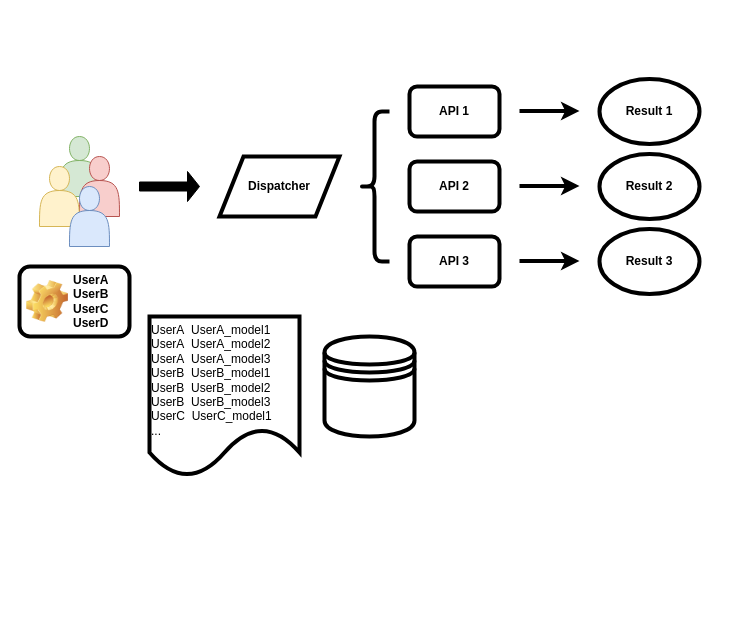
Above: my_abtest_workflow.drawio in udothemath/my_drawio (draw.io), before the change. Source tidied: cells renumbered, new cells numbered last; positions are measured from the earlier drawing's top-left corner, leaving out a move shared by most shapes. Both pictures are drawn from the tidied source at 100%, with x=0, y=0 at pixel (19, 78).
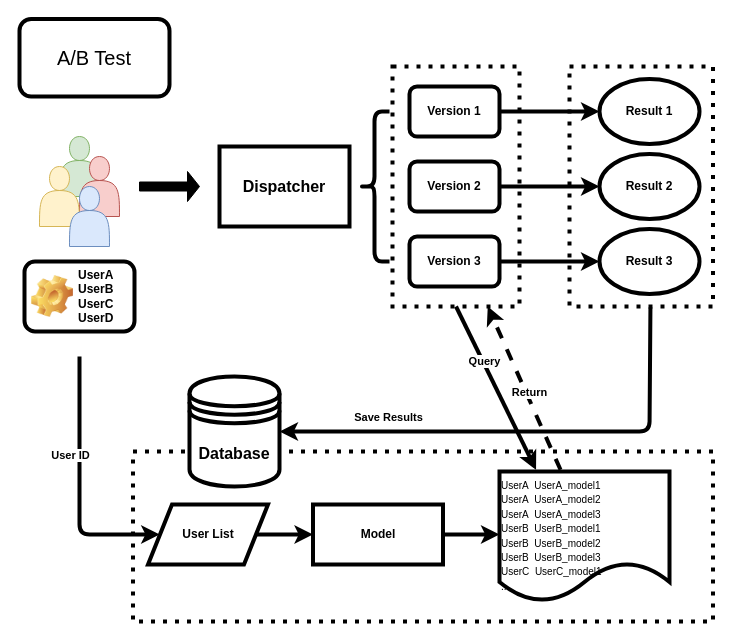
The same page after the edit.

The change refers to these unchanged cells:
```xml
<mxCell id="14" value="&lt;b&gt;Result 1&lt;/b&gt;" style="ellipse;whiteSpace=wrap;html=1;strokeWidth=4;fillColor=#FFFFFF;" parent="1" vertex="1">
  <mxGeometry x="580" y="0.5" width="100" height="65" as="geometry" />
</mxCell>
<mxCell id="16" value="&lt;b&gt;Result 2&lt;/b&gt;" style="ellipse;whiteSpace=wrap;html=1;strokeWidth=4;fillColor=#FFFFFF;" parent="1" vertex="1">
  <mxGeometry x="580" y="75.5" width="100" height="65" as="geometry" />
</mxCell>
<mxCell id="18" value="&lt;b&gt;Result 3&lt;/b&gt;" style="ellipse;whiteSpace=wrap;html=1;strokeWidth=4;fillColor=#FFFFFF;" parent="1" vertex="1">
  <mxGeometry x="580" y="150.5" width="100" height="65" as="geometry" />
</mxCell>
```

Change to the diagram source:
```diff
@@
+    <mxCell id="21" value="&lt;b&gt;User List&lt;/b&gt;" style="shape=parallelogram;perimeter=parallelogramPerimeter;whiteSpace=wrap;html=1;strokeWidth=4;fillColor=#FFFFFF;align=center;" parent="1" vertex="1">
+      <mxGeometry x="128.5" y="426" width="120" height="60" as="geometry" />
+    </mxCell>
+    <mxCell id="22" style="whiteSpace=wrap;html=1;strokeWidth=4;fillColor=none;align=center;dashed=1;dashPattern=1 2;" parent="1" vertex="1">
+      <mxGeometry x="113.5" y="373" width="580" height="170" as="geometry" />
+    </mxCell>
+    <mxCell id="23" style="whiteSpace=wrap;html=1;strokeWidth=4;fillColor=none;align=center;dashed=1;dashPattern=1 2;" parent="1" vertex="1">
+      <mxGeometry x="373" y="-12" width="127" height="240" as="geometry" />
+    </mxCell>
@@
-    <mxCell id="6" value="&lt;b&gt;Dispatcher&lt;/b&gt;" style="shape=parallelogram;perimeter=parallelogramPerimeter;whiteSpace=wrap;html=1;fillColor=#FFFFFF;strokeWidth=4;" parent="1" vertex="1">
-      <mxGeometry x="200" y="78" width="120" height="60" as="geometry" />
+    <mxCell id="6" value="&lt;b&gt;&lt;font style=&quot;font-size: 16px&quot;&gt;Dispatcher&lt;/font&gt;&lt;/b&gt;" style="rounded=0;whiteSpace=wrap;html=1;strokeWidth=4;fillColor=#FFFFFF;align=center;" parent="1" vertex="1">
+      <mxGeometry x="200" y="68" width="130" height="80" as="geometry" />
     </mxCell>
@@
-    <mxCell id="9" value="&lt;b&gt;API 1&lt;/b&gt;" style="rounded=1;whiteSpace=wrap;html=1;strokeWidth=4;fillColor=#FFFFFF;" parent="1" vertex="1">
+    <mxCell id="9" value="&lt;b&gt;Version 1&lt;/b&gt;" style="rounded=1;whiteSpace=wrap;html=1;strokeWidth=4;fillColor=#FFFFFF;" parent="1" vertex="1">
       <mxGeometry x="390" y="8" width="90" height="50" as="geometry" />
     </mxCell>
-    <mxCell id="10" value="&lt;b&gt;API 2&lt;/b&gt;" style="rounded=1;whiteSpace=wrap;html=1;strokeWidth=4;fillColor=#FFFFFF;" parent="1" vertex="1">
+    <mxCell id="10" value="&lt;b&gt;Version 2&lt;/b&gt;" style="rounded=1;whiteSpace=wrap;html=1;strokeWidth=4;fillColor=#FFFFFF;" parent="1" vertex="1">
       <mxGeometry x="390" y="83" width="90" height="50" as="geometry" />
     </mxCell>
-    <mxCell id="11" value="&lt;b&gt;API 3&lt;/b&gt;" style="rounded=1;whiteSpace=wrap;html=1;strokeWidth=4;fillColor=#FFFFFF;" parent="1" vertex="1">
+    <mxCell id="11" value="&lt;b&gt;Version 3&lt;/b&gt;" style="rounded=1;whiteSpace=wrap;html=1;strokeWidth=4;fillColor=#FFFFFF;" parent="1" vertex="1">
       <mxGeometry x="390" y="158" width="90" height="50" as="geometry" />
     </mxCell>
-    <mxCell id="12" style="endArrow=classic;html=1;rounded=0;strokeWidth=4;" parent="1" edge="1">
-      <mxGeometry relative="1" as="geometry">
-        <mxPoint x="500" y="32.5" as="sourcePoint" />
-        <mxPoint x="560" y="32.5" as="targetPoint" />
-      </mxGeometry>
+    <mxCell id="12" style="endArrow=classic;html=1;rounded=0;strokeWidth=4;exitX=1;exitY=0.5;exitDx=0;exitDy=0;entryX=0;entryY=0.5;entryDx=0;entryDy=0;" parent="1" edge="1" source="9" target="14">
+      <mxGeometry relative="1" as="geometry" />
     </mxCell>
     <mxCell id="13" value="UserA&lt;br&gt;UserB&lt;br&gt;UserC&lt;br&gt;UserD" style="label;whiteSpace=wrap;html=1;image=img/clipart/Gear_128x128.png;strokeWidth=4;fillColor=#FFFFFF;" parent="1" vertex="1">
-      <mxGeometry y="188" width="110" height="70" as="geometry" />
+      <mxGeometry x="5" y="183" width="110" height="70" as="geometry" />
     </mxCell>
@@
-    <mxCell id="15" style="endArrow=classic;html=1;rounded=0;strokeWidth=4;" parent="1" edge="1">
-      <mxGeometry relative="1" as="geometry">
-        <mxPoint x="500" y="107.5" as="sourcePoint" />
-        <mxPoint x="560" y="107.5" as="targetPoint" />
-      </mxGeometry>
+    <mxCell id="15" style="endArrow=classic;html=1;rounded=0;strokeWidth=4;exitX=1;exitY=0.5;exitDx=0;exitDy=0;entryX=0;entryY=0.5;entryDx=0;entryDy=0;" parent="1" edge="1" source="10" target="16">
+      <mxGeometry relative="1" as="geometry" />
     </mxCell>
@@
-    <mxCell id="17" style="endArrow=classic;html=1;rounded=0;strokeWidth=4;" parent="1" edge="1">
-      <mxGeometry relative="1" as="geometry">
-        <mxPoint x="500" y="182.5" as="sourcePoint" />
-        <mxPoint x="560" y="182.5" as="targetPoint" />
-      </mxGeometry>
+    <mxCell id="17" style="endArrow=classic;html=1;rounded=0;strokeWidth=4;exitX=1;exitY=0.5;exitDx=0;exitDy=0;entryX=0;entryY=0.5;entryDx=0;entryDy=0;" parent="1" edge="1" source="11" target="18">
+      <mxGeometry relative="1" as="geometry" />
     </mxCell>
@@
+    <mxCell id="24" style="edgeStyle=segmentEdgeStyle;endArrow=classic;html=1;strokeWidth=4;entryX=0.046;entryY=0.488;entryDx=0;entryDy=0;entryPerimeter=0;" parent="1" edge="1" target="22">
+      <mxGeometry relative="1" as="geometry">
+        <mxPoint x="60" y="278" as="sourcePoint" />
+        <Array as="points">
+          <mxPoint x="60" y="456" />
+        </Array>
+      </mxGeometry>
+    </mxCell>
+    <mxCell id="25" value="&lt;b&gt;User ID&lt;/b&gt;" style="edgeLabel;html=1;align=center;verticalAlign=middle;" parent="24" vertex="1">
+      <mxGeometry x="-0.38" y="23" relative="1" as="geometry">
+        <mxPoint x="-33" y="18" as="offset" />
+      </mxGeometry>
+    </mxCell>
+    <mxCell id="26" style="endArrow=classic;html=1;strokeWidth=4;entryX=0.215;entryY=-0.013;entryDx=0;entryDy=0;entryPerimeter=0;exitX=0.5;exitY=1;exitDx=0;exitDy=0;" parent="1" edge="1" source="23" target="20">
+      <mxGeometry relative="1" as="geometry" />
+    </mxCell>
+    <mxCell id="27" value="&lt;b&gt;Query&lt;/b&gt;" style="edgeLabel;html=1;align=center;verticalAlign=middle;" parent="26" vertex="1">
+      <mxGeometry x="-0.57" relative="1" as="geometry">
+        <mxPoint x="10.5" y="19.2" as="offset" />
+      </mxGeometry>
+    </mxCell>
+    <mxCell id="28" style="endArrow=classic;html=1;strokeWidth=4;dashed=1;exitX=0.359;exitY=-0.013;exitDx=0;exitDy=0;exitPerimeter=0;entryX=0.75;entryY=1;entryDx=0;entryDy=0;" parent="1" edge="1" source="20" target="23">
+      <mxGeometry relative="1" as="geometry" />
+    </mxCell>
+    <mxCell id="29" value="&lt;b&gt;Return&lt;/b&gt;" style="edgeLabel;html=1;align=center;verticalAlign=middle;" parent="28" vertex="1">
+      <mxGeometry x="-0.57" relative="1" as="geometry">
+        <mxPoint x="-16" y="-43.5" as="offset" />
+      </mxGeometry>
+    </mxCell>
+    <mxCell id="30" style="whiteSpace=wrap;html=1;strokeWidth=4;fillColor=none;align=center;dashed=1;dashPattern=1 2;" parent="1" vertex="1">
+      <mxGeometry x="550" y="-12" width="143.5" height="240" as="geometry" />
+    </mxCell>
+    <mxCell id="31" style="edgeStyle=elbowEdgeStyle;elbow=horizontal;endArrow=classic;html=1;strokeWidth=4;exitX=0.564;exitY=1.004;exitDx=0;exitDy=0;exitPerimeter=0;entryX=1;entryY=0.5;entryDx=0;entryDy=0;" parent="1" edge="1" source="30" target="19">
+      <mxGeometry relative="1" as="geometry">
+        <Array as="points">
+          <mxPoint x="630" y="294" />
+        </Array>
+      </mxGeometry>
+    </mxCell>
+    <mxCell id="32" value="&lt;b&gt;Save Results&lt;/b&gt;" style="edgeLabel;html=1;align=center;verticalAlign=middle;" parent="31" vertex="1">
+      <mxGeometry x="0.57" relative="1" as="geometry">
+        <mxPoint x="3" y="-15" as="offset" />
+      </mxGeometry>
+    </mxCell>
-    <mxCell id="19" style="shape=datastore;whiteSpace=wrap;html=1;strokeWidth=4;fillColor=#FFFFFF;" parent="1" vertex="1">
-      <mxGeometry x="305" y="258" width="90" height="100" as="geometry" />
+    <mxCell id="19" value="&lt;b&gt;&lt;font style=&quot;font-size: 16px&quot;&gt;Database&lt;/font&gt;&lt;/b&gt;" style="shape=datastore;whiteSpace=wrap;html=1;strokeWidth=4;fillColor=#FFFFFF;" parent="1" vertex="1">
+      <mxGeometry x="170" y="298" width="90" height="110" as="geometry" />
     </mxCell>
-    <mxCell id="20" value="&lt;span&gt;UserA&amp;nbsp; UserA_model1&amp;nbsp;&lt;br&gt;UserA&amp;nbsp; UserA_model2&lt;br&gt;UserA&amp;nbsp; UserA_model3&lt;br&gt;UserB&amp;nbsp; UserB_model1&lt;br&gt;UserB&amp;nbsp; UserB_model2&lt;br&gt;UserB&amp;nbsp; UserB_model3&lt;br&gt;&lt;/span&gt;UserC&amp;nbsp; UserC_model1&lt;br&gt;&lt;span&gt;...&lt;br&gt;&lt;/span&gt;" style="shape=document;whiteSpace=wrap;html=1;boundedLbl=1;strokeWidth=4;fillColor=#FFFFFF;align=left;horizontal=1;verticalAlign=top;labelPosition=center;verticalLabelPosition=middle;" parent="1" vertex="1">
-      <mxGeometry x="130" y="238" width="150" height="160" as="geometry" />
+    <mxCell id="20" value="&lt;font style=&quot;font-size: 10px&quot;&gt;&lt;span&gt;UserA&amp;nbsp; UserA_model1&amp;nbsp;&lt;br&gt;UserA&amp;nbsp; UserA_model2&lt;br&gt;UserA&amp;nbsp; UserA_model3&lt;br&gt;UserB&amp;nbsp; UserB_model1&lt;br&gt;UserB&amp;nbsp; UserB_model2&lt;br&gt;UserB&amp;nbsp; UserB_model3&lt;br&gt;&lt;/span&gt;UserC&amp;nbsp; UserC_model1&lt;br&gt;...&lt;/font&gt;" style="shape=document;whiteSpace=wrap;html=1;boundedLbl=1;strokeWidth=4;fillColor=#FFFFFF;align=left;horizontal=1;verticalAlign=top;labelPosition=center;verticalLabelPosition=middle;" parent="1" vertex="1">
+      <mxGeometry x="480" y="393" width="170" height="130" as="geometry" />
     </mxCell>
+    <mxCell id="33" value="&lt;b&gt;Model&lt;/b&gt;" style="rounded=0;whiteSpace=wrap;html=1;strokeWidth=4;fillColor=#FFFFFF;align=center;" parent="1" vertex="1">
+      <mxGeometry x="293.5" y="426" width="130" height="60" as="geometry" />
+    </mxCell>
+    <mxCell id="34" style="edgeStyle=orthogonalEdgeStyle;rounded=0;jettySize=auto;html=1;strokeWidth=4;" parent="1" edge="1" source="21">
+      <mxGeometry relative="1" as="geometry">
+        <mxPoint x="293.5" y="456" as="targetPoint" />
+      </mxGeometry>
+    </mxCell>
+    <mxCell id="35" style="edgeStyle=orthogonalEdgeStyle;rounded=0;jettySize=auto;html=1;strokeWidth=4;exitX=1;exitY=0.5;exitDx=0;exitDy=0;" parent="1" edge="1" source="33">
+      <mxGeometry relative="1" as="geometry">
+        <mxPoint x="480" y="456" as="targetPoint" />
+      </mxGeometry>
+    </mxCell>
+    <mxCell id="36" value="&lt;font style=&quot;font-size: 20px&quot;&gt;A/B Test&lt;/font&gt;" style="rounded=1;whiteSpace=wrap;html=1;strokeWidth=4;fillColor=none;align=center;" parent="1" vertex="1">
+      <mxGeometry y="-59.5" width="150" height="77.5" as="geometry" />
+    </mxCell>
```
